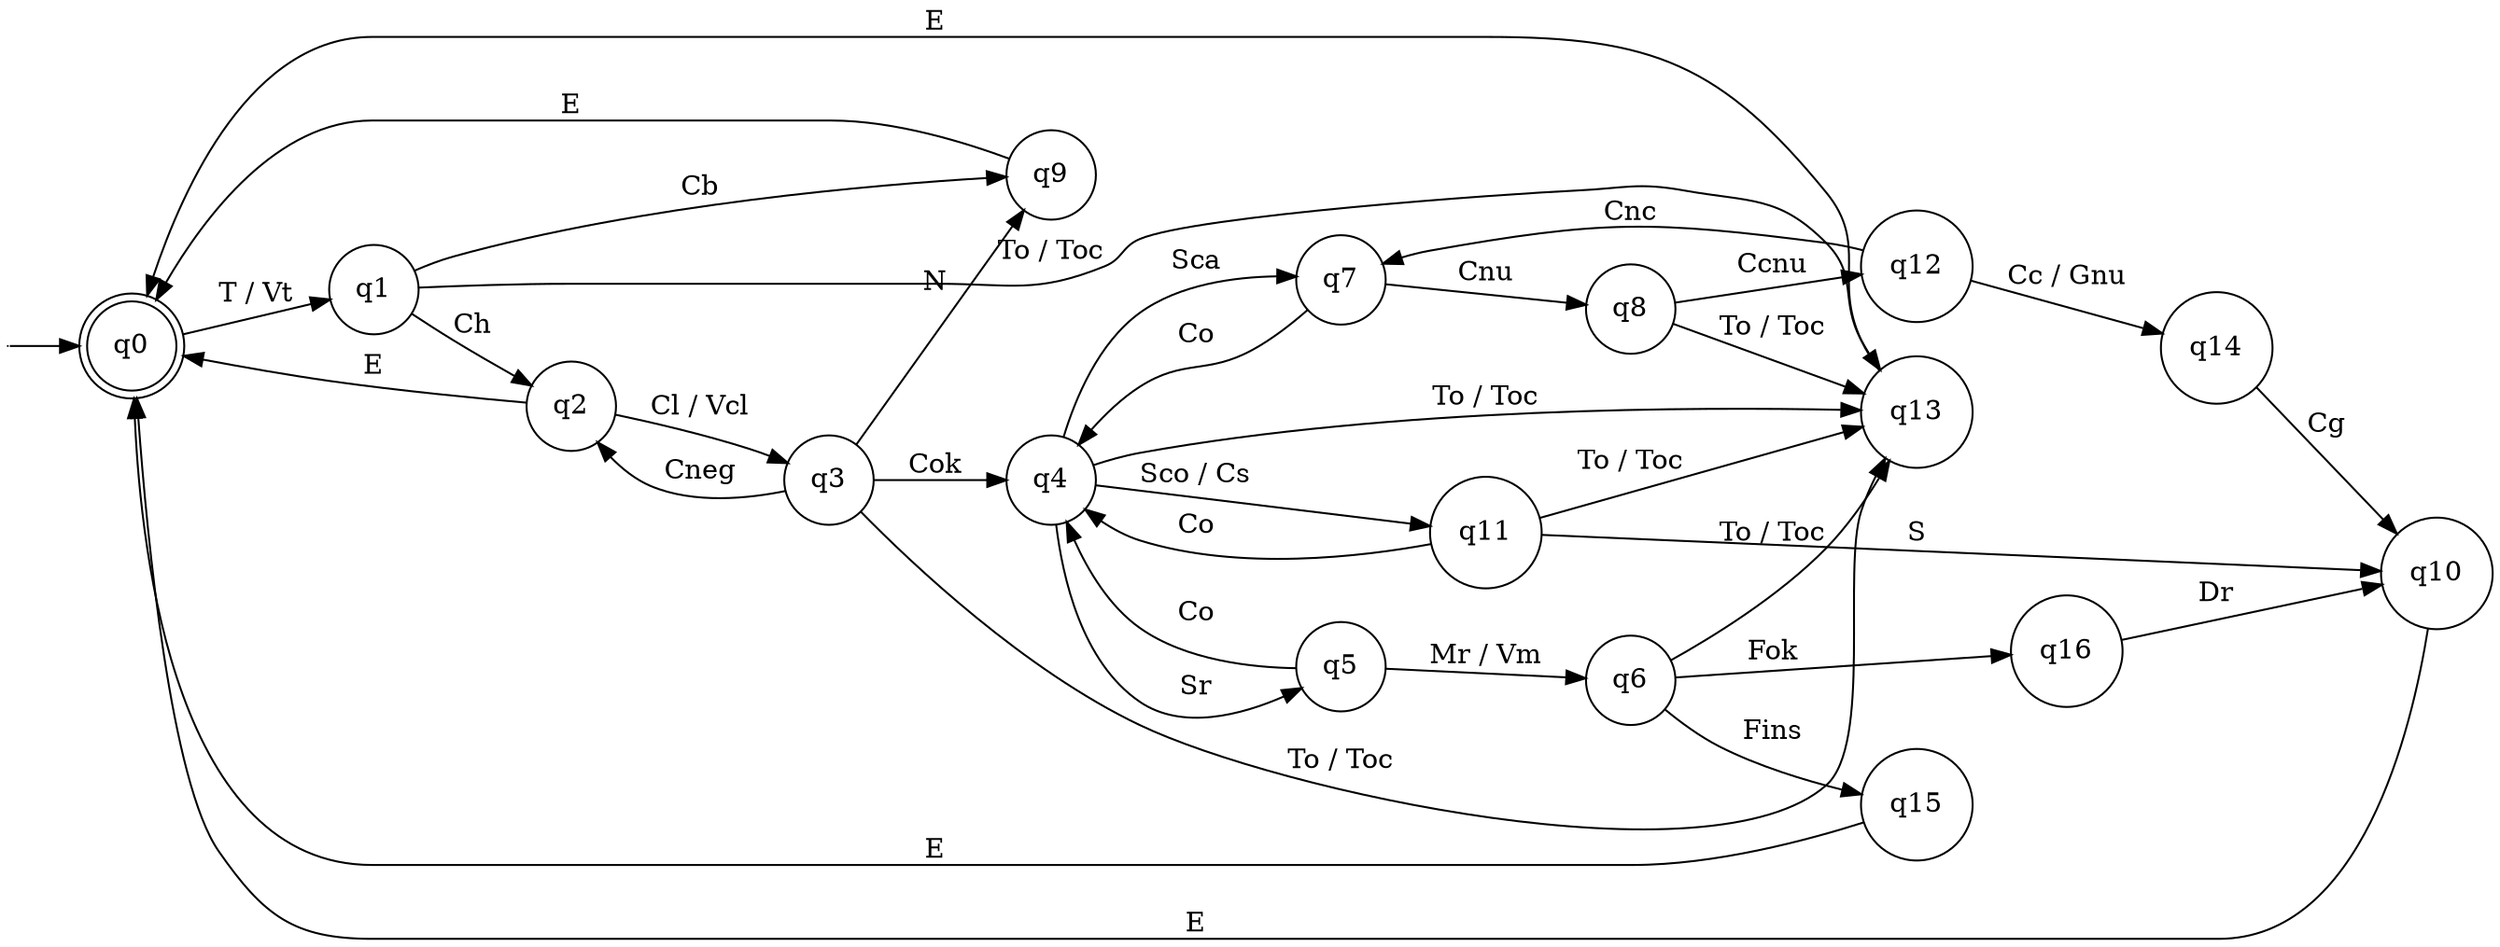
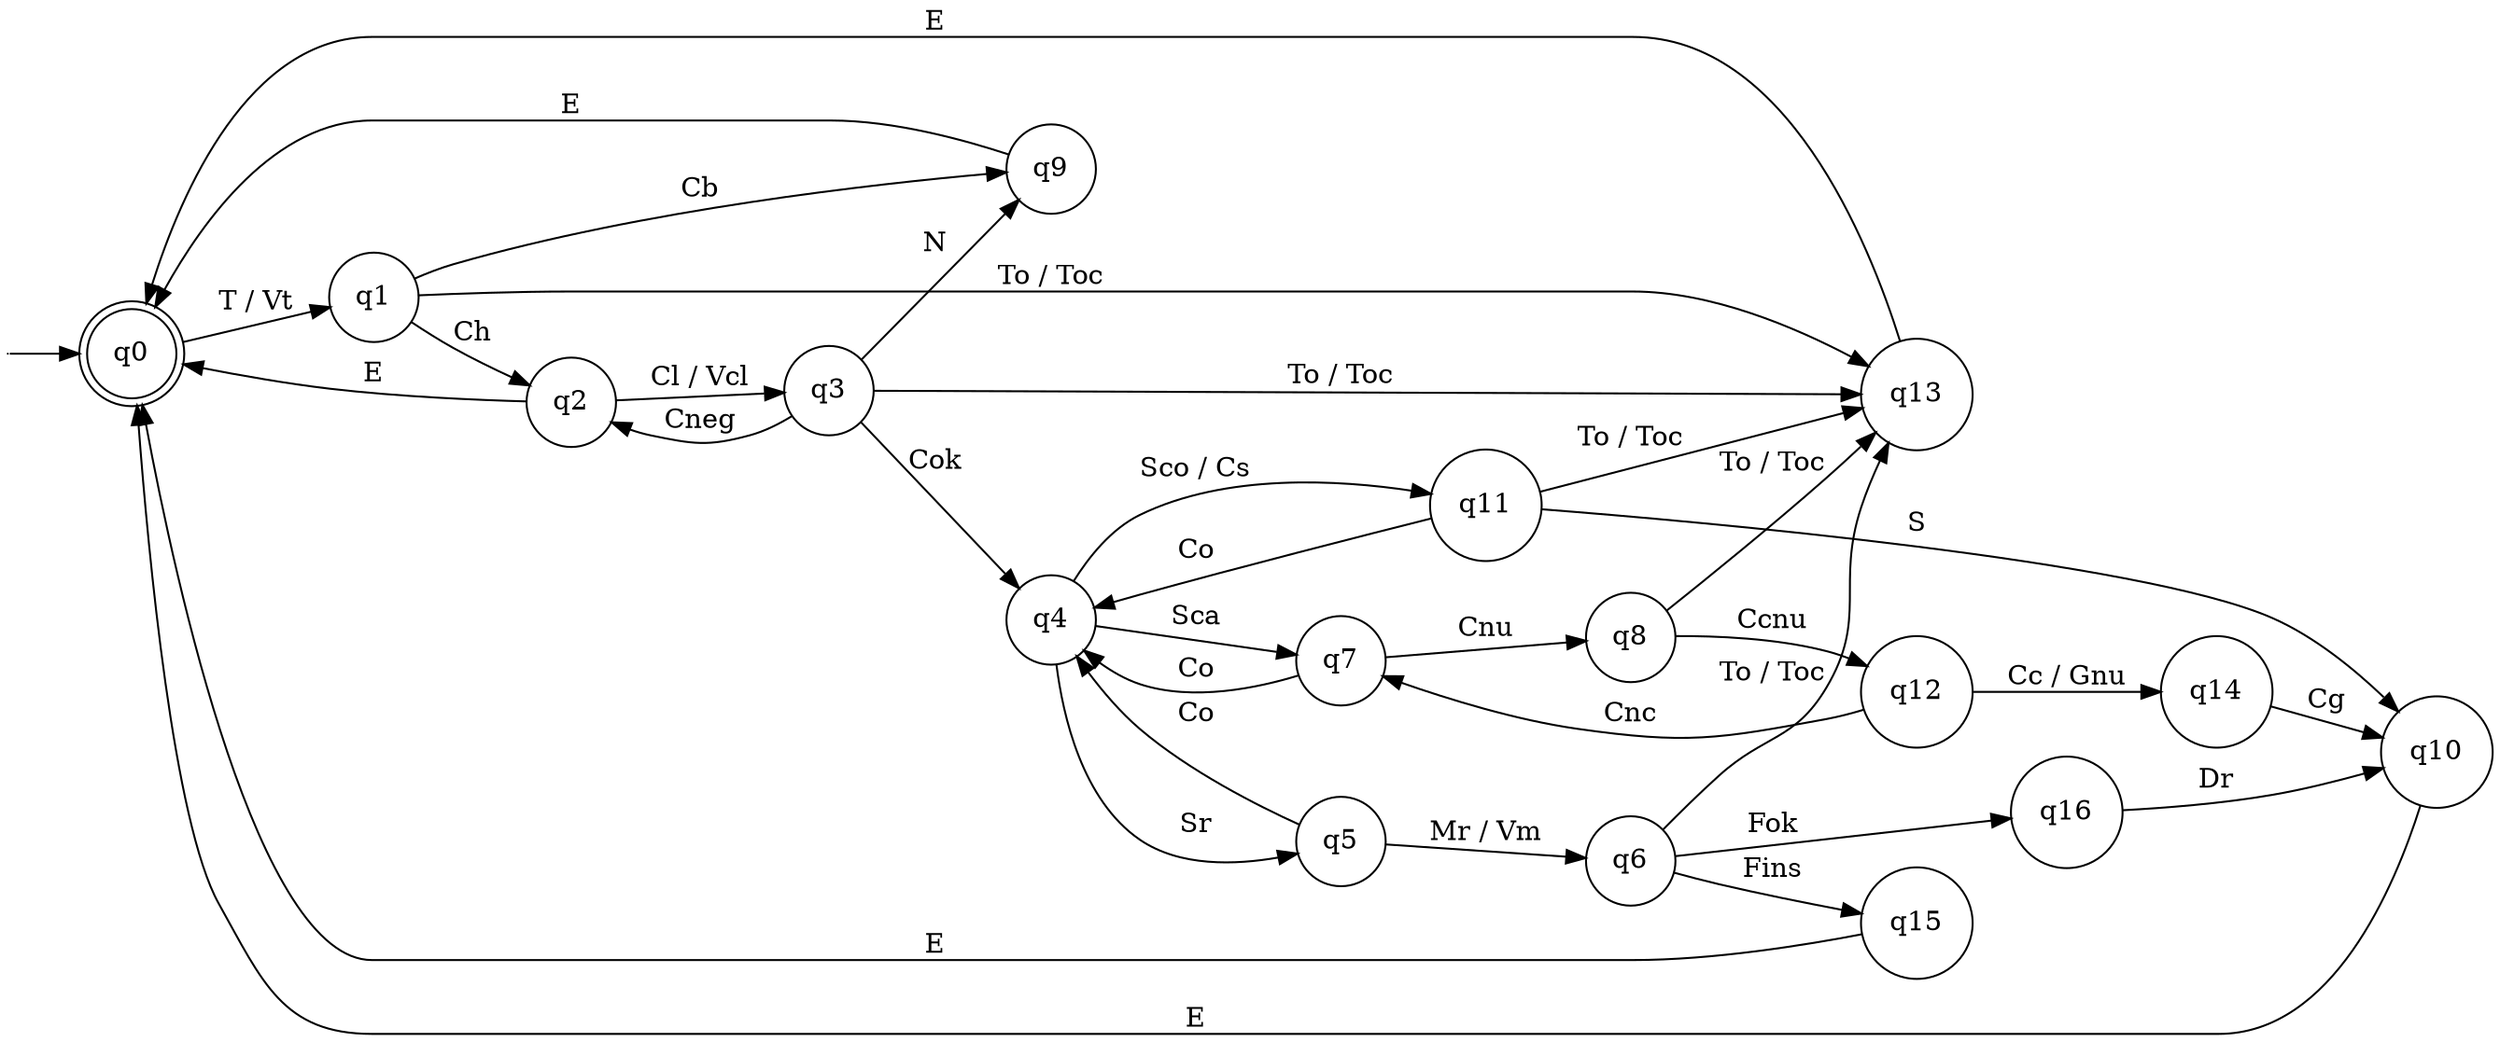
digraph MealyMachine {
    rankdir=LR;
    node [shape = circle];

    // Estado inicial (con doble círculo)
    node [shape = doublecircle]; q0;
    node [shape = circle]; // Resto de los estados

    // Nodo invisible para la flecha de entrada a q0
    start [shape = point, width = 0];
    start -> q0;

    // Transiciones desde q0
    q0 -> q1 [label = "T / Vt"];

    // Transiciones desde q1
    q1 -> q2 [label = "Ch"];
    q1 -> q9 [label = "Cb"];
    q1 -> q13 [label = "To / Toc"];

    // Transiciones desde q2
    q2 -> q3 [label = "Cl / Vcl"];
    q2 -> q0 [label = "E"];

    // Transiciones desde q3
    q3 -> q4 [label = "Cok"];
    q3 -> q2 [label = "Cneg"];
    q3 -> q9 [label = "N"];
    q3 -> q13 [label = "To / Toc"];

    // Transiciones desde q4
    q4 -> q5 [label = "Sr"];
    q4 -> q7 [label = "Sca"];
    q4 -> q11 [label = "Sco / Cs"];
-     q4 -> q13 [label = "To / Toc"];

    // Transiciones desde q5
    q5 -> q4 [label = "Co"];
    q5 -> q6 [label = "Mr / Vm"];

    // Transiciones desde q6
    q6 -> q13 [label = "To / Toc"];
    q6 -> q16 [label = "Fok"];
    q6 -> q15 [label = "Fins"];

    // Transiciones desde q7
    q7 -> q4 [label = "Co"];
    q7 -> q8 [label = "Cnu"];

    // Transiciones desde q8
    q8 -> q12 [label = "Ccnu"];
    q8 -> q13 [label = "To / Toc"];

    // Transiciones desde q9
    q9 -> q0 [label = "E"];

    // Transiciones desde q10
    q10 -> q0 [label = "E"];

    // Transiciones desde q11
    q11 -> q10 [label = "S"];
    q11 -> q4 [label = "Co"];
    q11 -> q13 [label = "To / Toc"];

    // Transiciones desde q12
    q12 -> q7 [label = "Cnc"];
    q12 -> q14 [label = "Cc / Gnu"];

    // Transiciones desde q13
    q13 -> q0 [label = "E"];

    // Transiciones desde q14
    q14 -> q10 [label = "Cg"];

    // Transiciones desde q15
    q15 -> q0 [label = "E"];

    // Transiciones desde q16
    q16 -> q10 [label = "Dr"];
}
